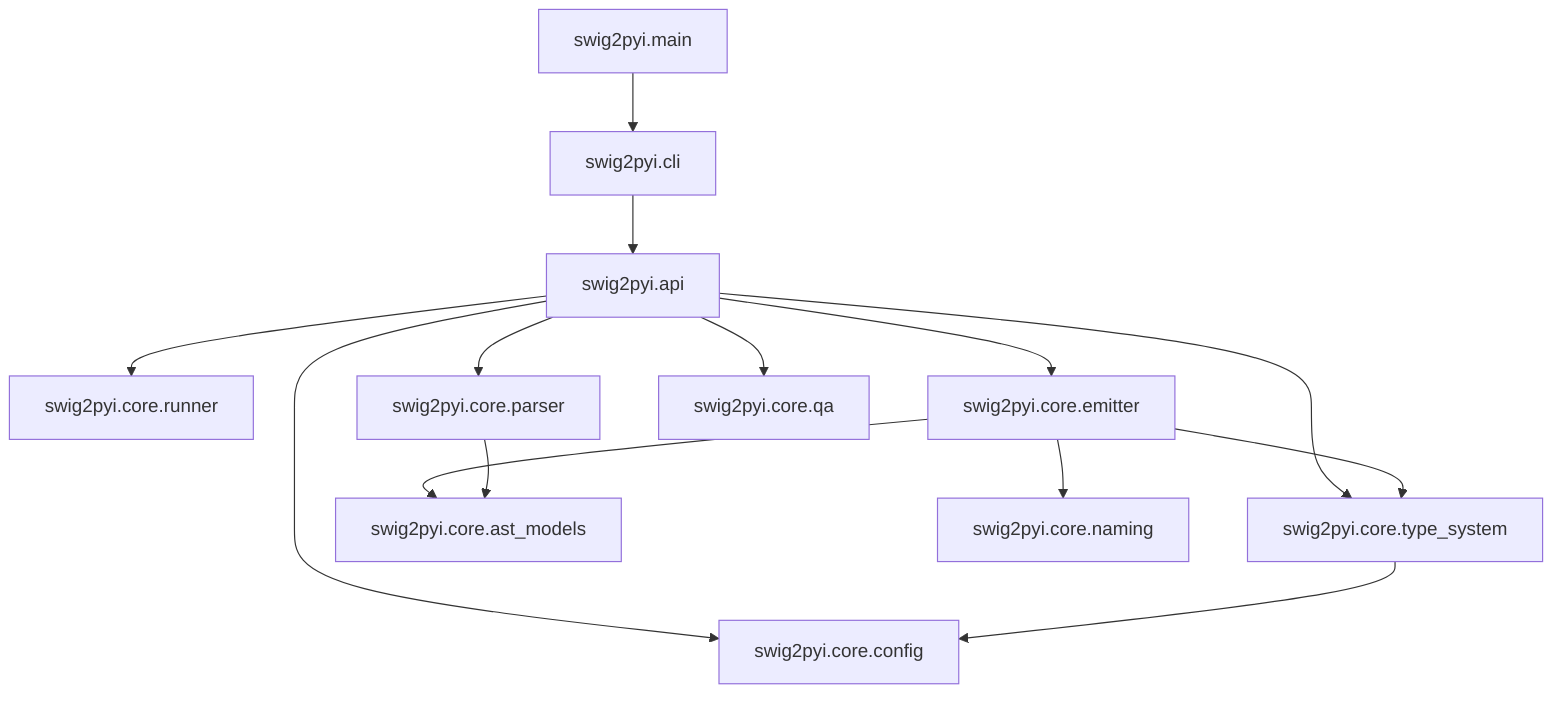
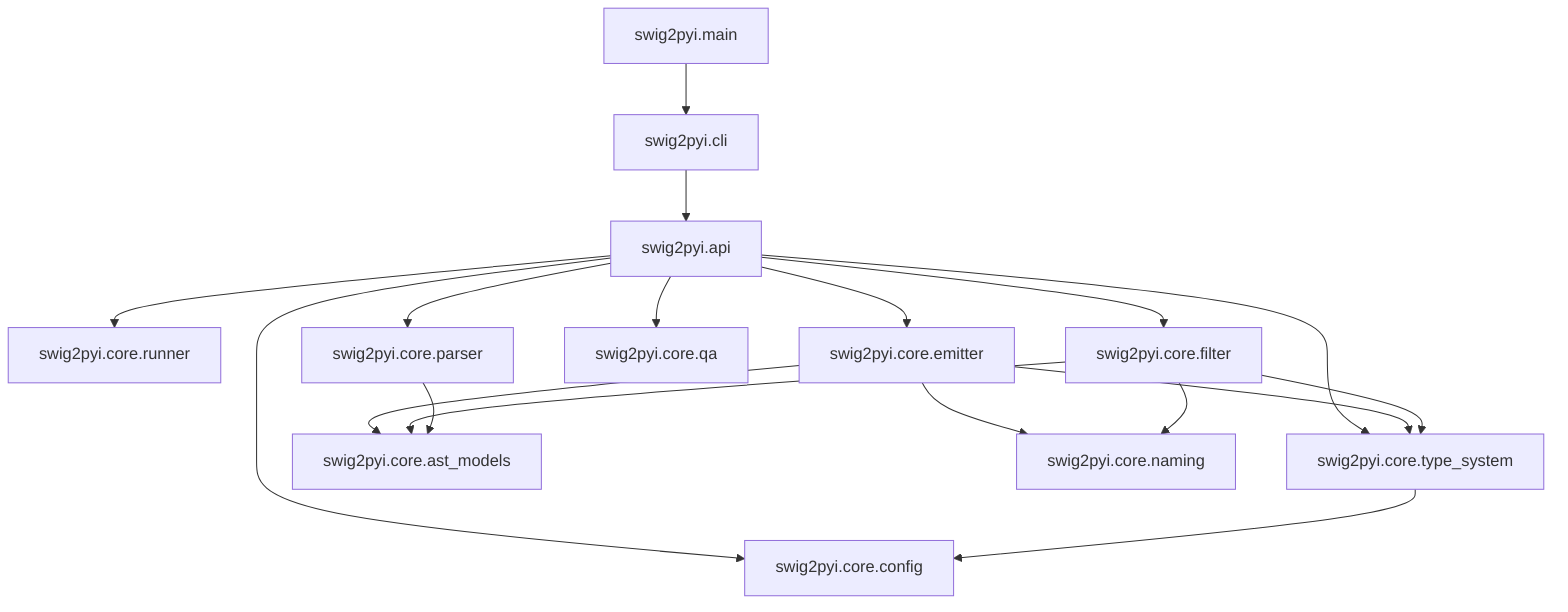
graph TD
    swig2pyi.main --> swig2pyi.cli
    swig2pyi.cli --> swig2pyi.api
    swig2pyi.api --> swig2pyi.core.runner
    swig2pyi.api --> swig2pyi.core.parser
    swig2pyi.api --> swig2pyi.core.type_system
    swig2pyi.api --> swig2pyi.core.emitter
    swig2pyi.api --> swig2pyi.core.qa
    swig2pyi.api --> swig2pyi.core.config
+     swig2pyi.api --> swig2pyi.core.filter
    swig2pyi.core.emitter --> swig2pyi.core.ast_models
    swig2pyi.core.emitter --> swig2pyi.core.naming
    swig2pyi.core.emitter --> swig2pyi.core.type_system
    swig2pyi.core.type_system --> swig2pyi.core.config
+     swig2pyi.core.filter --> swig2pyi.core.ast_models
+     swig2pyi.core.filter --> swig2pyi.core.naming
+     swig2pyi.core.filter --> swig2pyi.core.type_system
    swig2pyi.core.parser --> swig2pyi.core.ast_models
    swig2pyi.core.qa
    swig2pyi.core.naming
    swig2pyi.core.ast_models
    swig2pyi.core.config
    swig2pyi.core.runner
